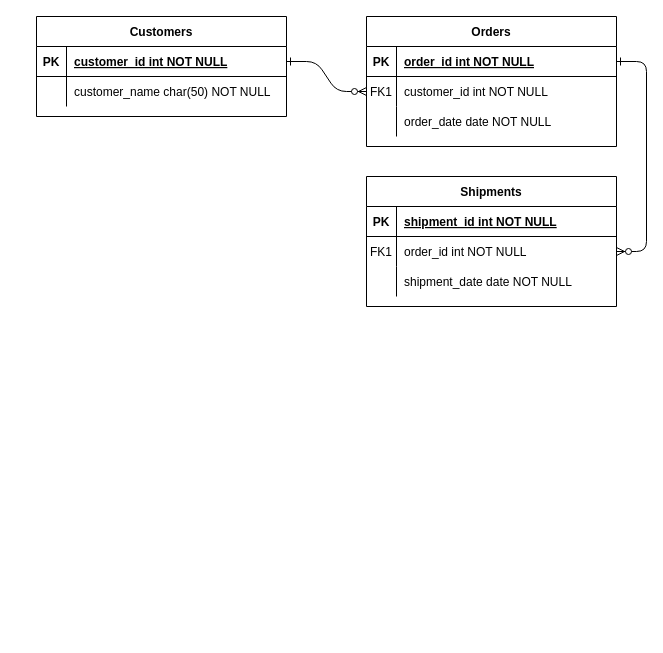
This is Untitled Diagram.drawio from pavang2579/Instagram-Datamodel-and-analysis, a draw.io file, before an edit. Source tidied: cells renumbered, new cells numbered last; positions are measured from the earlier drawing's top-left corner, leaving out a move shared by most shapes. Both pictures are drawn from the tidied source at 100%, with x=0, y=0 at pixel (36, 16).
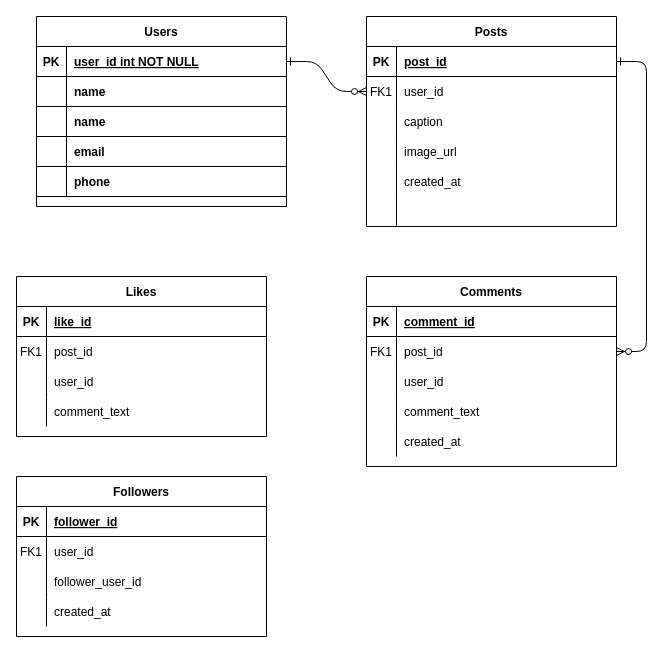
Above is the later version.

Commit message:
Instagram ER model

The change refers to these unchanged cells:
```xml
<mxCell id="5" style="shape=partialRectangle;fillColor=none;points=[[0,0.5],[1,0.5]];portConstraint=eastwest;top=0;left=0;right=0;bottom=1;" parent="4" vertex="1">
  <mxGeometry y="30" width="250" height="30" as="geometry" />
</mxCell>
<mxCell id="8" style="shape=partialRectangle;fillColor=none;points=[[0,0.5],[1,0.5]];portConstraint=eastwest;top=0;left=0;right=0;bottom=0;" parent="4" vertex="1">
  <mxGeometry y="60" width="250" height="30" as="geometry" />
</mxCell>
<mxCell id="11" style="shape=partialRectangle;fillColor=none;top=0;left=0;right=0;bottom=0;" parent="4" vertex="1">
  <mxGeometry y="90" width="250" height="30" as="geometry" />
</mxCell>
<mxCell id="15" style="shape=partialRectangle;fillColor=none;top=0;left=0;right=0;bottom=1;" parent="14" vertex="1">
  <mxGeometry y="30" width="250" height="30" as="geometry" />
</mxCell>
<mxCell id="18" style="shape=partialRectangle;fillColor=none;points=[[0,0.5],[1,0.5]];portConstraint=eastwest;top=0;left=0;right=0;bottom=0;" parent="14" vertex="1">
  <mxGeometry y="60" width="250" height="30" as="geometry" />
</mxCell>
<mxCell id="21" style="shape=partialRectangle;fillColor=none;top=0;left=0;right=0;bottom=0;" parent="14" vertex="1">
  <mxGeometry y="90" width="250" height="30" as="geometry" />
</mxCell>
<mxCell id="25" style="shape=partialRectangle;fillColor=none;points=[[0,0.5],[1,0.5]];portConstraint=eastwest;top=0;left=0;right=0;bottom=1;" parent="24" vertex="1">
  <mxGeometry y="30" width="250" height="30" as="geometry" />
</mxCell>
```

What changed in the source:
```diff
@@
-    <mxCell id="4" value="Orders" style="shape=table;startSize=30;childLayout=tableLayout;rowLines=0;fontStyle=1;align=center;" parent="1" vertex="1">
-      <mxGeometry x="330" width="250" height="130" as="geometry" />
+    <mxCell id="4" value="Posts" style="shape=table;startSize=30;childLayout=tableLayout;rowLines=0;fontStyle=1;align=center;" parent="1" vertex="1">
+      <mxGeometry x="330" width="250" height="210" as="geometry" />
     </mxCell>
@@
-    <mxCell id="7" value="order_id int NOT NULL " style="shape=partialRectangle;overflow=hidden;fillColor=none;top=0;left=0;bottom=0;right=0;align=left;spacingLeft=6;fontStyle=5;" parent="5" vertex="1">
+    <mxCell id="7" value="post_id" style="shape=partialRectangle;overflow=hidden;fillColor=none;top=0;left=0;bottom=0;right=0;align=left;spacingLeft=6;fontStyle=5;" parent="5" vertex="1">
       <mxGeometry x="30" width="220" height="30" as="geometry" />
     </mxCell>
@@
-    <mxCell id="10" value="customer_id int NOT NULL" style="shape=partialRectangle;overflow=hidden;fillColor=none;top=0;left=0;bottom=0;right=0;align=left;spacingLeft=6;" parent="8" vertex="1">
+    <mxCell id="10" value="user_id" style="shape=partialRectangle;overflow=hidden;fillColor=none;top=0;left=0;bottom=0;right=0;align=left;spacingLeft=6;" parent="8" vertex="1">
       <mxGeometry x="30" width="220" height="30" as="geometry" />
     </mxCell>
@@
-    <mxCell id="13" value="order_date date NOT NULL" style="shape=partialRectangle;overflow=hidden;fillColor=none;top=0;left=0;bottom=0;right=0;align=left;spacingLeft=6;" parent="11" vertex="1">
+    <mxCell id="13" value="caption" style="shape=partialRectangle;overflow=hidden;fillColor=none;top=0;left=0;bottom=0;right=0;align=left;spacingLeft=6;" parent="11" vertex="1">
       <mxGeometry x="30" width="220" height="30" as="geometry" />
     </mxCell>
+    <mxCell id="31" style="shape=partialRectangle;fillColor=none;top=0;left=0;right=0;bottom=0;" parent="4" vertex="1">
+      <mxGeometry y="120" width="250" height="30" as="geometry" />
+    </mxCell>
+    <mxCell id="32" style="shape=partialRectangle;overflow=hidden;fillColor=none;top=0;left=0;bottom=0;right=0;" parent="31" vertex="1">
+      <mxGeometry width="30" height="30" as="geometry" />
+    </mxCell>
+    <mxCell id="33" value="image_url" style="shape=partialRectangle;overflow=hidden;fillColor=none;top=0;left=0;bottom=0;right=0;align=left;spacingLeft=6;" parent="31" vertex="1">
+      <mxGeometry x="30" width="220" height="30" as="geometry" />
+    </mxCell>
+    <mxCell id="34" style="shape=partialRectangle;fillColor=none;top=0;left=0;right=0;bottom=0;" parent="4" vertex="1">
+      <mxGeometry y="150" width="250" height="30" as="geometry" />
+    </mxCell>
+    <mxCell id="35" style="shape=partialRectangle;overflow=hidden;fillColor=none;top=0;left=0;bottom=0;right=0;" parent="34" vertex="1">
+      <mxGeometry width="30" height="30" as="geometry" />
+    </mxCell>
+    <mxCell id="36" value="created_at" style="shape=partialRectangle;overflow=hidden;fillColor=none;top=0;left=0;bottom=0;right=0;align=left;spacingLeft=6;" parent="34" vertex="1">
+      <mxGeometry x="30" width="220" height="30" as="geometry" />
+    </mxCell>
+    <mxCell id="37" style="shape=partialRectangle;fillColor=none;top=0;left=0;right=0;bottom=0;" parent="4" vertex="1">
+      <mxGeometry y="180" width="250" height="30" as="geometry" />
+    </mxCell>
+    <mxCell id="38" style="shape=partialRectangle;overflow=hidden;fillColor=none;top=0;left=0;bottom=0;right=0;" parent="37" vertex="1">
+      <mxGeometry width="30" height="30" as="geometry" />
+    </mxCell>
+    <mxCell id="39" style="shape=partialRectangle;overflow=hidden;fillColor=none;top=0;left=0;bottom=0;right=0;align=left;spacingLeft=6;" parent="37" vertex="1">
+      <mxGeometry x="30" width="220" height="30" as="geometry" />
+    </mxCell>
-    <mxCell id="14" value="Shipments" style="shape=table;startSize=30;childLayout=tableLayout;rowLines=0;fontStyle=1;align=center;" parent="1" vertex="1">
-      <mxGeometry x="330" y="160" width="250" height="130" as="geometry" />
+    <mxCell id="14" value="Comments" style="shape=table;startSize=30;childLayout=tableLayout;rowLines=0;fontStyle=1;align=center;" parent="1" vertex="1">
+      <mxGeometry x="330" y="260" width="250" height="190" as="geometry" />
     </mxCell>
@@
-    <mxCell id="17" value="shipment_id int NOT NULL " style="shape=partialRectangle;overflow=hidden;fillColor=none;top=0;left=0;bottom=0;right=0;align=left;spacingLeft=6;fontStyle=5;" parent="15" vertex="1">
+    <mxCell id="17" value="comment_id" style="shape=partialRectangle;overflow=hidden;fillColor=none;top=0;left=0;bottom=0;right=0;align=left;spacingLeft=6;fontStyle=5;" parent="15" vertex="1">
       <mxGeometry x="30" width="220" height="30" as="geometry" />
     </mxCell>
@@
-    <mxCell id="20" value="order_id int NOT NULL" style="shape=partialRectangle;overflow=hidden;fillColor=none;top=0;left=0;bottom=0;right=0;align=left;spacingLeft=6;" parent="18" vertex="1">
+    <mxCell id="20" value="post_id" style="shape=partialRectangle;overflow=hidden;fillColor=none;top=0;left=0;bottom=0;right=0;align=left;spacingLeft=6;" parent="18" vertex="1">
       <mxGeometry x="30" width="220" height="30" as="geometry" />
     </mxCell>
@@
-    <mxCell id="23" value="shipment_date date NOT NULL" style="shape=partialRectangle;overflow=hidden;fillColor=none;top=0;left=0;bottom=0;right=0;align=left;spacingLeft=6;" parent="21" vertex="1">
+    <mxCell id="23" value="user_id" style="shape=partialRectangle;overflow=hidden;fillColor=none;top=0;left=0;bottom=0;right=0;align=left;spacingLeft=6;" parent="21" vertex="1">
       <mxGeometry x="30" width="220" height="30" as="geometry" />
     </mxCell>
+    <mxCell id="40" style="shape=partialRectangle;fillColor=none;top=0;left=0;right=0;bottom=0;" parent="14" vertex="1">
+      <mxGeometry y="120" width="250" height="30" as="geometry" />
+    </mxCell>
+    <mxCell id="41" style="shape=partialRectangle;overflow=hidden;fillColor=none;top=0;left=0;bottom=0;right=0;" parent="40" vertex="1">
+      <mxGeometry width="30" height="30" as="geometry" />
+    </mxCell>
+    <mxCell id="42" value="comment_text" style="shape=partialRectangle;overflow=hidden;fillColor=none;top=0;left=0;bottom=0;right=0;align=left;spacingLeft=6;" parent="40" vertex="1">
+      <mxGeometry x="30" width="220" height="30" as="geometry" />
+    </mxCell>
+    <mxCell id="43" style="shape=partialRectangle;fillColor=none;top=0;left=0;right=0;bottom=0;" parent="14" vertex="1">
+      <mxGeometry y="150" width="250" height="30" as="geometry" />
+    </mxCell>
+    <mxCell id="44" style="shape=partialRectangle;overflow=hidden;fillColor=none;top=0;left=0;bottom=0;right=0;" parent="43" vertex="1">
+      <mxGeometry width="30" height="30" as="geometry" />
+    </mxCell>
+    <mxCell id="45" value="created_at" style="shape=partialRectangle;overflow=hidden;fillColor=none;top=0;left=0;bottom=0;right=0;align=left;spacingLeft=6;" parent="43" vertex="1">
+      <mxGeometry x="30" width="220" height="30" as="geometry" />
+    </mxCell>
-    <mxCell id="24" value="Customers" style="shape=table;startSize=30;childLayout=tableLayout;rowLines=0;fontStyle=1;align=center;" parent="1" vertex="1">
-      <mxGeometry width="250" height="100" as="geometry" />
+    <mxCell id="24" value="Users" style="shape=table;startSize=30;childLayout=tableLayout;rowLines=0;fontStyle=1;align=center;verticalAlign=middle;strokeColor=default;" parent="1" vertex="1">
+      <mxGeometry width="250" height="190" as="geometry" />
     </mxCell>
@@
-    <mxCell id="27" value="customer_id int NOT NULL " style="shape=partialRectangle;overflow=hidden;fillColor=none;top=0;left=0;bottom=0;right=0;align=left;spacingLeft=6;fontStyle=5;" parent="25" vertex="1">
+    <mxCell id="27" value="user_id int NOT NULL " style="shape=partialRectangle;overflow=hidden;fillColor=none;top=0;left=0;bottom=0;right=0;align=left;spacingLeft=6;fontStyle=5;" parent="25" vertex="1">
       <mxGeometry x="30" width="220" height="30" as="geometry" />
     </mxCell>
-    <mxCell id="28" style="shape=partialRectangle;fillColor=none;top=0;left=0;right=0;bottom=0;" parent="24" vertex="1">
-      <mxGeometry y="60" width="250" height="30" as="geometry" />
-    </mxCell>
-    <mxCell id="29" style="shape=partialRectangle;overflow=hidden;fillColor=none;top=0;left=0;bottom=0;right=0;" parent="28" vertex="1">
-      <mxGeometry width="30" height="30" as="geometry" />
-    </mxCell>
-    <mxCell id="30" value="customer_name char(50) NOT NULL" style="shape=partialRectangle;overflow=hidden;fillColor=none;top=0;left=0;bottom=0;right=0;align=left;spacingLeft=6;" parent="28" vertex="1">
-      <mxGeometry x="30" width="220" height="30" as="geometry" />
-    </mxCell>
+    <mxCell id="46" style="shape=partialRectangle;fillColor=none;top=0;left=0;right=0;bottom=1;" parent="24" vertex="1">
+      <mxGeometry y="60" width="250" height="30" as="geometry" />
+    </mxCell>
+    <mxCell id="47" style="shape=partialRectangle;overflow=hidden;fillColor=none;top=0;left=0;bottom=0;right=0;fontStyle=1;" parent="46" vertex="1">
+      <mxGeometry width="30" height="30" as="geometry" />
+    </mxCell>
+    <mxCell id="48" value="name" style="shape=partialRectangle;overflow=hidden;fillColor=none;top=0;left=0;bottom=0;right=0;align=left;spacingLeft=6;fontStyle=1;strokeColor=inherit;" parent="46" vertex="1">
+      <mxGeometry x="30" width="220" height="30" as="geometry" />
+    </mxCell>
+    <mxCell id="49" style="shape=partialRectangle;fillColor=none;top=0;left=0;right=0;bottom=1;" parent="24" vertex="1">
+      <mxGeometry y="90" width="250" height="30" as="geometry" />
+    </mxCell>
+    <mxCell id="50" style="shape=partialRectangle;overflow=hidden;fillColor=none;top=0;left=0;bottom=0;right=0;fontStyle=1;" parent="49" vertex="1">
+      <mxGeometry width="30" height="30" as="geometry" />
+    </mxCell>
+    <mxCell id="51" value="name" style="shape=partialRectangle;overflow=hidden;fillColor=none;top=0;left=0;bottom=0;right=0;align=left;spacingLeft=6;fontStyle=1;strokeColor=inherit;" parent="49" vertex="1">
+      <mxGeometry x="30" width="220" height="30" as="geometry" />
+    </mxCell>
+    <mxCell id="52" style="shape=partialRectangle;fillColor=none;top=0;left=0;right=0;bottom=1;" parent="24" vertex="1">
+      <mxGeometry y="120" width="250" height="30" as="geometry" />
+    </mxCell>
+    <mxCell id="53" style="shape=partialRectangle;overflow=hidden;fillColor=none;top=0;left=0;bottom=0;right=0;fontStyle=1;" parent="52" vertex="1">
+      <mxGeometry width="30" height="30" as="geometry" />
+    </mxCell>
+    <mxCell id="54" value="email" style="shape=partialRectangle;overflow=hidden;fillColor=none;top=0;left=0;bottom=0;right=0;align=left;spacingLeft=6;fontStyle=1;" parent="52" vertex="1">
+      <mxGeometry x="30" width="220" height="30" as="geometry" />
+    </mxCell>
+    <mxCell id="55" style="shape=partialRectangle;fillColor=none;top=0;left=0;right=0;bottom=1;" parent="24" vertex="1">
+      <mxGeometry y="150" width="250" height="30" as="geometry" />
+    </mxCell>
+    <mxCell id="56" style="shape=partialRectangle;overflow=hidden;fillColor=none;top=0;left=0;bottom=0;right=0;fontStyle=1;" parent="55" vertex="1">
+      <mxGeometry width="30" height="30" as="geometry" />
+    </mxCell>
+    <mxCell id="57" value="phone" style="shape=partialRectangle;overflow=hidden;fillColor=none;top=0;left=0;bottom=0;right=0;align=left;spacingLeft=6;fontStyle=1;" parent="55" vertex="1">
+      <mxGeometry x="30" width="220" height="30" as="geometry" />
+    </mxCell>
+    <mxCell id="58" value="Likes" style="shape=table;startSize=30;childLayout=tableLayout;rowLines=0;fontStyle=1;align=center;" parent="1" vertex="1">
+      <mxGeometry x="-20" y="260" width="250" height="160" as="geometry" />
+    </mxCell>
+    <mxCell id="59" style="shape=partialRectangle;fillColor=none;top=0;left=0;right=0;bottom=1;" parent="58" vertex="1">
+      <mxGeometry y="30" width="250" height="30" as="geometry" />
+    </mxCell>
+    <mxCell id="60" value="PK" style="shape=partialRectangle;overflow=hidden;fillColor=none;top=0;left=0;bottom=0;right=0;fontStyle=1;" parent="59" vertex="1">
+      <mxGeometry width="30" height="30" as="geometry" />
+    </mxCell>
+    <mxCell id="61" value="like_id" style="shape=partialRectangle;overflow=hidden;fillColor=none;top=0;left=0;bottom=0;right=0;align=left;spacingLeft=6;fontStyle=5;" parent="59" vertex="1">
+      <mxGeometry x="30" width="220" height="30" as="geometry" />
+    </mxCell>
+    <mxCell id="62" style="shape=partialRectangle;fillColor=none;top=0;left=0;right=0;bottom=0;" parent="58" vertex="1">
+      <mxGeometry y="60" width="250" height="30" as="geometry" />
+    </mxCell>
+    <mxCell id="63" value="FK1" style="shape=partialRectangle;overflow=hidden;fillColor=none;top=0;left=0;bottom=0;right=0;" parent="62" vertex="1">
+      <mxGeometry width="30" height="30" as="geometry" />
+    </mxCell>
+    <mxCell id="64" value="post_id" style="shape=partialRectangle;overflow=hidden;fillColor=none;top=0;left=0;bottom=0;right=0;align=left;spacingLeft=6;" parent="62" vertex="1">
+      <mxGeometry x="30" width="220" height="30" as="geometry" />
+    </mxCell>
+    <mxCell id="65" style="shape=partialRectangle;fillColor=none;top=0;left=0;right=0;bottom=0;" parent="58" vertex="1">
+      <mxGeometry y="90" width="250" height="30" as="geometry" />
+    </mxCell>
+    <mxCell id="66" style="shape=partialRectangle;overflow=hidden;fillColor=none;top=0;left=0;bottom=0;right=0;" parent="65" vertex="1">
+      <mxGeometry width="30" height="30" as="geometry" />
+    </mxCell>
+    <mxCell id="67" value="user_id" style="shape=partialRectangle;overflow=hidden;fillColor=none;top=0;left=0;bottom=0;right=0;align=left;spacingLeft=6;" parent="65" vertex="1">
+      <mxGeometry x="30" width="220" height="30" as="geometry" />
+    </mxCell>
+    <mxCell id="68" style="shape=partialRectangle;fillColor=none;top=0;left=0;right=0;bottom=0;" parent="58" vertex="1">
+      <mxGeometry y="120" width="250" height="30" as="geometry" />
+    </mxCell>
+    <mxCell id="69" style="shape=partialRectangle;overflow=hidden;fillColor=none;top=0;left=0;bottom=0;right=0;" parent="68" vertex="1">
+      <mxGeometry width="30" height="30" as="geometry" />
+    </mxCell>
+    <mxCell id="70" value="comment_text" style="shape=partialRectangle;overflow=hidden;fillColor=none;top=0;left=0;bottom=0;right=0;align=left;spacingLeft=6;" parent="68" vertex="1">
+      <mxGeometry x="30" width="220" height="30" as="geometry" />
+    </mxCell>
+    <mxCell id="71" value="Followers" style="shape=table;startSize=30;childLayout=tableLayout;rowLines=0;fontStyle=1;align=center;" parent="1" vertex="1">
+      <mxGeometry x="-20" y="460" width="250" height="160" as="geometry" />
+    </mxCell>
+    <mxCell id="72" style="shape=partialRectangle;fillColor=none;top=0;left=0;right=0;bottom=1;" parent="71" vertex="1">
+      <mxGeometry y="30" width="250" height="30" as="geometry" />
+    </mxCell>
+    <mxCell id="73" value="PK" style="shape=partialRectangle;overflow=hidden;fillColor=none;top=0;left=0;bottom=0;right=0;fontStyle=1;" parent="72" vertex="1">
+      <mxGeometry width="30" height="30" as="geometry" />
+    </mxCell>
+    <mxCell id="74" value="follower_id" style="shape=partialRectangle;overflow=hidden;fillColor=none;top=0;left=0;bottom=0;right=0;align=left;spacingLeft=6;fontStyle=5;" parent="72" vertex="1">
+      <mxGeometry x="30" width="220" height="30" as="geometry" />
+    </mxCell>
+    <mxCell id="75" style="shape=partialRectangle;fillColor=none;top=0;left=0;right=0;bottom=0;" parent="71" vertex="1">
+      <mxGeometry y="60" width="250" height="30" as="geometry" />
+    </mxCell>
+    <mxCell id="76" value="FK1" style="shape=partialRectangle;overflow=hidden;fillColor=none;top=0;left=0;bottom=0;right=0;" parent="75" vertex="1">
+      <mxGeometry width="30" height="30" as="geometry" />
+    </mxCell>
+    <mxCell id="77" value="user_id" style="shape=partialRectangle;overflow=hidden;fillColor=none;top=0;left=0;bottom=0;right=0;align=left;spacingLeft=6;" parent="75" vertex="1">
+      <mxGeometry x="30" width="220" height="30" as="geometry" />
+    </mxCell>
+    <mxCell id="78" style="shape=partialRectangle;fillColor=none;top=0;left=0;right=0;bottom=0;" parent="71" vertex="1">
+      <mxGeometry y="90" width="250" height="30" as="geometry" />
+    </mxCell>
+    <mxCell id="79" style="shape=partialRectangle;overflow=hidden;fillColor=none;top=0;left=0;bottom=0;right=0;" parent="78" vertex="1">
+      <mxGeometry width="30" height="30" as="geometry" />
+    </mxCell>
+    <mxCell id="80" value="follower_user_id" style="shape=partialRectangle;overflow=hidden;fillColor=none;top=0;left=0;bottom=0;right=0;align=left;spacingLeft=6;" parent="78" vertex="1">
+      <mxGeometry x="30" width="220" height="30" as="geometry" />
+    </mxCell>
+    <mxCell id="81" style="shape=partialRectangle;fillColor=none;top=0;left=0;right=0;bottom=0;" parent="71" vertex="1">
+      <mxGeometry y="120" width="250" height="30" as="geometry" />
+    </mxCell>
+    <mxCell id="82" style="shape=partialRectangle;overflow=hidden;fillColor=none;top=0;left=0;bottom=0;right=0;" parent="81" vertex="1">
+      <mxGeometry width="30" height="30" as="geometry" />
+    </mxCell>
+    <mxCell id="83" value="created_at" style="shape=partialRectangle;overflow=hidden;fillColor=none;top=0;left=0;bottom=0;right=0;align=left;spacingLeft=6;" parent="81" vertex="1">
+      <mxGeometry x="30" width="220" height="30" as="geometry" />
+    </mxCell>
```
